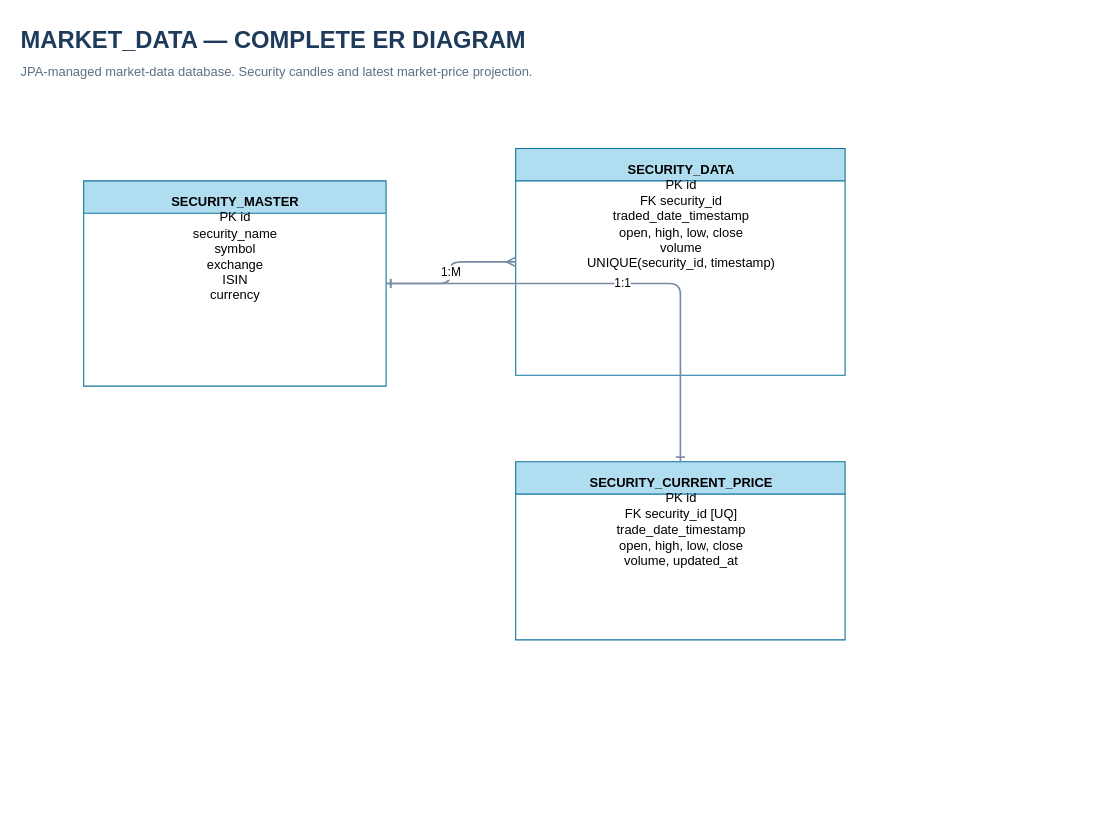
Sakshismenon22/security-lending keeps this draw.io diagram as page "market_data — Complete ER" (3 of 5) of SecurityLendingDocs/SecurityLendingDatabaseERDiagrams.drawio. Above is the earlier version. Source tidied: cells renumbered, new cells numbered last; positions are measured from the earlier drawing's top-left corner, leaving out a move shared by most shapes. Both pictures are drawn from the tidied source at 108%, with x=0, y=0 at pixel (18, 18).
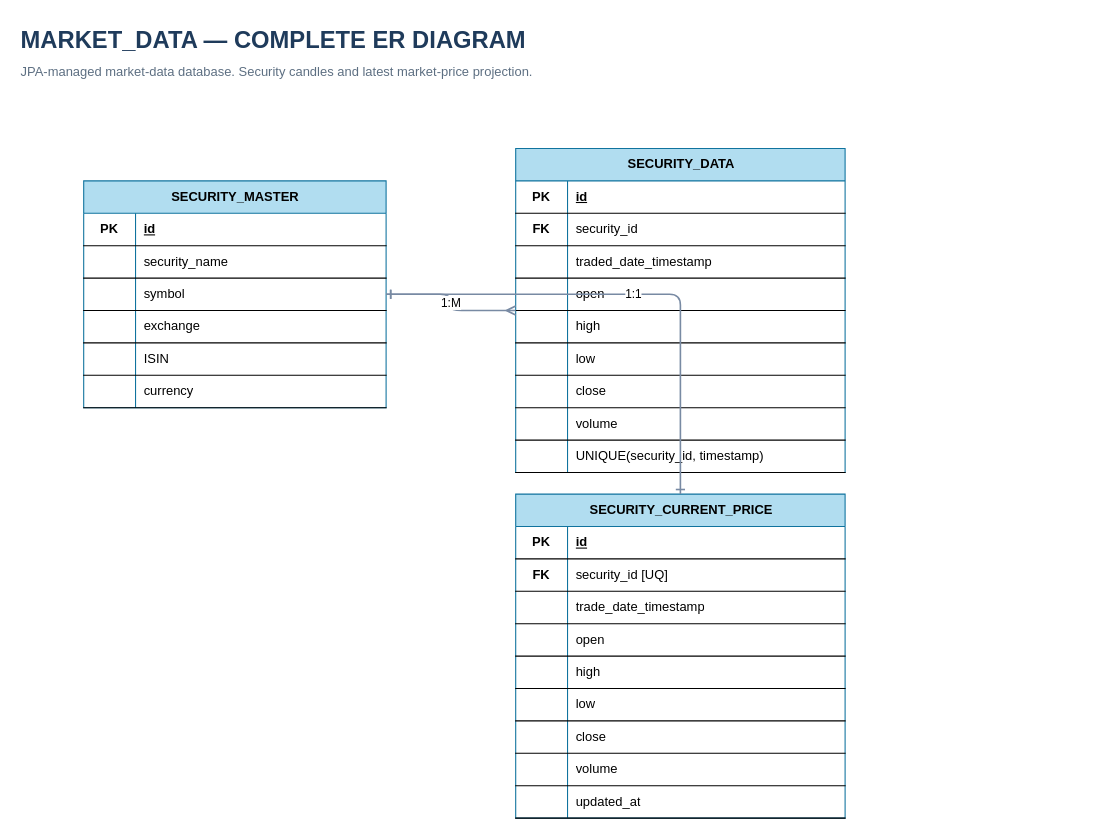
After the change.

Diff of the diagram source:
```diff
@@
-    <mxCell id="4" value="&lt;b&gt;SECURITY_MASTER&lt;/b&gt;&lt;br/&gt;PK id&lt;br/&gt;security_name&lt;br/&gt;symbol&lt;br/&gt;exchange&lt;br/&gt;ISIN&lt;br/&gt;currency" style="shape=table;startSize=30;html=1;fillColor=#b1ddf0;strokeColor=#10739e;align=center;verticalAlign=top;spacingTop=6;fontSize=12;" parent="1" vertex="1">
-      <mxGeometry x="60" y="150" width="280" height="190" as="geometry" />
+    <mxCell id="4" value="SECURITY_MASTER" style="shape=table;startSize=30;childLayout=tableLayout;rowLines=0;fontStyle=1;align=center;html=1;fillColor=#b1ddf0;strokeColor=#10739e;bottom=1;" parent="1" vertex="1">
+      <mxGeometry x="60" y="150" width="280" height="210" as="geometry" />
     </mxCell>
-    <mxCell id="5" value="&lt;b&gt;SECURITY_DATA&lt;/b&gt;&lt;br/&gt;PK id&lt;br/&gt;FK security_id&lt;br/&gt;traded_date_timestamp&lt;br/&gt;open, high, low, close&lt;br/&gt;volume&lt;br/&gt;UNIQUE(security_id, timestamp)" style="shape=table;startSize=30;html=1;fillColor=#b1ddf0;strokeColor=#10739e;align=center;verticalAlign=top;spacingTop=6;fontSize=12;" parent="1" vertex="1">
-      <mxGeometry x="460" y="120" width="305" height="210" as="geometry" />
+    <mxCell id="5" value="SECURITY_DATA" style="shape=table;startSize=30;childLayout=tableLayout;rowLines=0;fontStyle=1;align=center;html=1;fillColor=#b1ddf0;strokeColor=#10739e;bottom=1;" parent="1" vertex="1">
+      <mxGeometry x="460" y="120" width="305" height="300" as="geometry" />
     </mxCell>
-    <mxCell id="6" value="&lt;b&gt;SECURITY_CURRENT_PRICE&lt;/b&gt;&lt;br/&gt;PK id&lt;br/&gt;FK security_id [UQ]&lt;br/&gt;trade_date_timestamp&lt;br/&gt;open, high, low, close&lt;br/&gt;volume, updated_at" style="shape=table;startSize=30;html=1;fillColor=#b1ddf0;strokeColor=#10739e;align=center;verticalAlign=top;spacingTop=6;fontSize=12;" parent="1" vertex="1">
-      <mxGeometry x="460" y="410" width="305" height="165" as="geometry" />
+    <mxCell id="6" value="SECURITY_CURRENT_PRICE" style="shape=table;startSize=30;childLayout=tableLayout;rowLines=0;fontStyle=1;align=center;html=1;fillColor=#b1ddf0;strokeColor=#10739e;bottom=1;" parent="1" vertex="1">
+      <mxGeometry x="460" y="440" width="305" height="300" as="geometry" />
     </mxCell>
@@
+    <mxCell id="9" style="shape=tableRow;horizontal=0;startSize=0;swimlaneHead=0;swimlaneBody=0;fillColor=none;top=0;left=0;right=0;bottom=1;" parent="5" vertex="1">
+      <mxGeometry y="30" width="305" height="30" as="geometry" />
+    </mxCell>
+    <mxCell id="10" value="PK" style="shape=partialRectangle;fillColor=none;top=0;left=0;bottom=0;right=0;fontStyle=1;overflow=hidden;whiteSpace=wrap;html=1;" parent="9" vertex="1">
+      <mxGeometry width="48" height="30" as="geometry" />
+    </mxCell>
+    <mxCell id="11" value="id" style="shape=partialRectangle;fillColor=none;top=0;left=0;bottom=0;right=0;align=left;spacingLeft=6;fontStyle=5;overflow=hidden;whiteSpace=wrap;html=1;" parent="9" vertex="1">
+      <mxGeometry x="48" width="257" height="30" as="geometry" />
+    </mxCell>
+    <mxCell id="12" style="shape=tableRow;horizontal=0;startSize=0;swimlaneHead=0;swimlaneBody=0;fillColor=none;top=0;left=0;right=0;bottom=1;" parent="5" vertex="1">
+      <mxGeometry y="60" width="305" height="30" as="geometry" />
+    </mxCell>
+    <mxCell id="13" value="FK" style="shape=partialRectangle;fillColor=none;top=0;left=0;bottom=0;right=0;fontStyle=1;overflow=hidden;whiteSpace=wrap;html=1;" parent="12" vertex="1">
+      <mxGeometry width="48" height="30" as="geometry" />
+    </mxCell>
+    <mxCell id="14" value="security_id" style="shape=partialRectangle;fillColor=none;top=0;left=0;bottom=0;right=0;align=left;spacingLeft=6;overflow=hidden;whiteSpace=wrap;html=1;" parent="12" vertex="1">
+      <mxGeometry x="48" width="257" height="30" as="geometry" />
+    </mxCell>
+    <mxCell id="15" style="shape=tableRow;horizontal=0;startSize=0;swimlaneHead=0;swimlaneBody=0;fillColor=none;top=0;left=0;right=0;bottom=1;" parent="5" vertex="1">
+      <mxGeometry y="90" width="305" height="30" as="geometry" />
+    </mxCell>
+    <mxCell id="16" style="shape=partialRectangle;fillColor=none;top=0;left=0;bottom=0;right=0;overflow=hidden;whiteSpace=wrap;html=1;" parent="15" vertex="1">
+      <mxGeometry width="48" height="30" as="geometry" />
+    </mxCell>
+    <mxCell id="17" value="traded_date_timestamp" style="shape=partialRectangle;fillColor=none;top=0;left=0;bottom=0;right=0;align=left;spacingLeft=6;overflow=hidden;whiteSpace=wrap;html=1;" parent="15" vertex="1">
+      <mxGeometry x="48" width="257" height="30" as="geometry" />
+    </mxCell>
+    <mxCell id="18" style="shape=tableRow;horizontal=0;startSize=0;swimlaneHead=0;swimlaneBody=0;fillColor=none;top=0;left=0;right=0;bottom=1;" parent="5" vertex="1">
+      <mxGeometry y="120" width="305" height="30" as="geometry" />
+    </mxCell>
+    <mxCell id="19" style="shape=partialRectangle;fillColor=none;top=0;left=0;bottom=0;right=0;overflow=hidden;whiteSpace=wrap;html=1;" parent="18" vertex="1">
+      <mxGeometry width="48" height="30" as="geometry" />
+    </mxCell>
+    <mxCell id="20" value="open" style="shape=partialRectangle;fillColor=none;top=0;left=0;bottom=0;right=0;align=left;spacingLeft=6;overflow=hidden;whiteSpace=wrap;html=1;" parent="18" vertex="1">
+      <mxGeometry x="48" width="257" height="30" as="geometry" />
+    </mxCell>
+    <mxCell id="21" style="shape=tableRow;horizontal=0;startSize=0;swimlaneHead=0;swimlaneBody=0;fillColor=none;top=0;left=0;right=0;bottom=1;" parent="5" vertex="1">
+      <mxGeometry y="150" width="305" height="30" as="geometry" />
+    </mxCell>
+    <mxCell id="22" style="shape=partialRectangle;fillColor=none;top=0;left=0;bottom=0;right=0;overflow=hidden;whiteSpace=wrap;html=1;" parent="21" vertex="1">
+      <mxGeometry width="48" height="30" as="geometry" />
+    </mxCell>
+    <mxCell id="23" value="high" style="shape=partialRectangle;fillColor=none;top=0;left=0;bottom=0;right=0;align=left;spacingLeft=6;overflow=hidden;whiteSpace=wrap;html=1;" parent="21" vertex="1">
+      <mxGeometry x="48" width="257" height="30" as="geometry" />
+    </mxCell>
+    <mxCell id="24" style="shape=tableRow;horizontal=0;startSize=0;swimlaneHead=0;swimlaneBody=0;fillColor=none;top=0;left=0;right=0;bottom=1;" parent="5" vertex="1">
+      <mxGeometry y="180" width="305" height="30" as="geometry" />
+    </mxCell>
+    <mxCell id="25" style="shape=partialRectangle;fillColor=none;top=0;left=0;bottom=0;right=0;overflow=hidden;whiteSpace=wrap;html=1;" parent="24" vertex="1">
+      <mxGeometry width="48" height="30" as="geometry" />
+    </mxCell>
+    <mxCell id="26" value="low" style="shape=partialRectangle;fillColor=none;top=0;left=0;bottom=0;right=0;align=left;spacingLeft=6;overflow=hidden;whiteSpace=wrap;html=1;" parent="24" vertex="1">
+      <mxGeometry x="48" width="257" height="30" as="geometry" />
+    </mxCell>
+    <mxCell id="27" style="shape=tableRow;horizontal=0;startSize=0;swimlaneHead=0;swimlaneBody=0;fillColor=none;top=0;left=0;right=0;bottom=1;" parent="5" vertex="1">
+      <mxGeometry y="210" width="305" height="30" as="geometry" />
+    </mxCell>
+    <mxCell id="28" style="shape=partialRectangle;fillColor=none;top=0;left=0;bottom=0;right=0;overflow=hidden;whiteSpace=wrap;html=1;" parent="27" vertex="1">
+      <mxGeometry width="48" height="30" as="geometry" />
+    </mxCell>
+    <mxCell id="29" value="close" style="shape=partialRectangle;fillColor=none;top=0;left=0;bottom=0;right=0;align=left;spacingLeft=6;overflow=hidden;whiteSpace=wrap;html=1;" parent="27" vertex="1">
+      <mxGeometry x="48" width="257" height="30" as="geometry" />
+    </mxCell>
+    <mxCell id="30" style="shape=tableRow;horizontal=0;startSize=0;swimlaneHead=0;swimlaneBody=0;fillColor=none;top=0;left=0;right=0;bottom=1;" parent="5" vertex="1">
+      <mxGeometry y="240" width="305" height="30" as="geometry" />
+    </mxCell>
+    <mxCell id="31" style="shape=partialRectangle;fillColor=none;top=0;left=0;bottom=0;right=0;overflow=hidden;whiteSpace=wrap;html=1;" parent="30" vertex="1">
+      <mxGeometry width="48" height="30" as="geometry" />
+    </mxCell>
+    <mxCell id="32" value="volume" style="shape=partialRectangle;fillColor=none;top=0;left=0;bottom=0;right=0;align=left;spacingLeft=6;overflow=hidden;whiteSpace=wrap;html=1;" parent="30" vertex="1">
+      <mxGeometry x="48" width="257" height="30" as="geometry" />
+    </mxCell>
+    <mxCell id="33" style="shape=tableRow;horizontal=0;startSize=0;swimlaneHead=0;swimlaneBody=0;fillColor=none;top=0;left=0;right=0;bottom=1;" parent="5" vertex="1">
+      <mxGeometry y="270" width="305" height="30" as="geometry" />
+    </mxCell>
+    <mxCell id="34" style="shape=partialRectangle;fillColor=none;top=0;left=0;bottom=0;right=0;overflow=hidden;whiteSpace=wrap;html=1;" parent="33" vertex="1">
+      <mxGeometry width="48" height="30" as="geometry" />
+    </mxCell>
+    <mxCell id="35" value="UNIQUE(security_id, timestamp)" style="shape=partialRectangle;fillColor=none;top=0;left=0;bottom=0;right=0;align=left;spacingLeft=6;overflow=hidden;whiteSpace=wrap;html=1;" parent="33" vertex="1">
+      <mxGeometry x="48" width="257" height="30" as="geometry" />
+    </mxCell>
+    <mxCell id="36" style="shape=tableRow;horizontal=0;startSize=0;swimlaneHead=0;swimlaneBody=0;fillColor=none;top=0;left=0;right=0;bottom=1;" parent="4" vertex="1">
+      <mxGeometry y="30" width="280" height="30" as="geometry" />
+    </mxCell>
+    <mxCell id="37" value="PK" style="shape=partialRectangle;fillColor=none;top=0;left=0;bottom=0;right=0;fontStyle=1;overflow=hidden;whiteSpace=wrap;html=1;" parent="36" vertex="1">
+      <mxGeometry width="48" height="30" as="geometry" />
+    </mxCell>
+    <mxCell id="38" value="id" style="shape=partialRectangle;fillColor=none;top=0;left=0;bottom=0;right=0;align=left;spacingLeft=6;fontStyle=5;overflow=hidden;whiteSpace=wrap;html=1;" parent="36" vertex="1">
+      <mxGeometry x="48" width="232" height="30" as="geometry" />
+    </mxCell>
+    <mxCell id="39" style="shape=tableRow;horizontal=0;startSize=0;swimlaneHead=0;swimlaneBody=0;fillColor=none;top=0;left=0;right=0;bottom=1;" parent="4" vertex="1">
+      <mxGeometry y="60" width="280" height="30" as="geometry" />
+    </mxCell>
+    <mxCell id="40" style="shape=partialRectangle;fillColor=none;top=0;left=0;bottom=0;right=0;overflow=hidden;whiteSpace=wrap;html=1;" parent="39" vertex="1">
+      <mxGeometry width="48" height="30" as="geometry" />
+    </mxCell>
+    <mxCell id="41" value="security_name" style="shape=partialRectangle;fillColor=none;top=0;left=0;bottom=0;right=0;align=left;spacingLeft=6;overflow=hidden;whiteSpace=wrap;html=1;" parent="39" vertex="1">
+      <mxGeometry x="48" width="232" height="30" as="geometry" />
+    </mxCell>
+    <mxCell id="42" style="shape=tableRow;horizontal=0;startSize=0;swimlaneHead=0;swimlaneBody=0;fillColor=none;top=0;left=0;right=0;bottom=1;" parent="4" vertex="1">
+      <mxGeometry y="90" width="280" height="30" as="geometry" />
+    </mxCell>
+    <mxCell id="43" style="shape=partialRectangle;fillColor=none;top=0;left=0;bottom=0;right=0;overflow=hidden;whiteSpace=wrap;html=1;" parent="42" vertex="1">
+      <mxGeometry width="48" height="30" as="geometry" />
+    </mxCell>
+    <mxCell id="44" value="symbol" style="shape=partialRectangle;fillColor=none;top=0;left=0;bottom=0;right=0;align=left;spacingLeft=6;overflow=hidden;whiteSpace=wrap;html=1;" parent="42" vertex="1">
+      <mxGeometry x="48" width="232" height="30" as="geometry" />
+    </mxCell>
+    <mxCell id="45" style="shape=tableRow;horizontal=0;startSize=0;swimlaneHead=0;swimlaneBody=0;fillColor=none;top=0;left=0;right=0;bottom=1;" parent="4" vertex="1">
+      <mxGeometry y="120" width="280" height="30" as="geometry" />
+    </mxCell>
+    <mxCell id="46" style="shape=partialRectangle;fillColor=none;top=0;left=0;bottom=0;right=0;overflow=hidden;whiteSpace=wrap;html=1;" parent="45" vertex="1">
+      <mxGeometry width="48" height="30" as="geometry" />
+    </mxCell>
+    <mxCell id="47" value="exchange" style="shape=partialRectangle;fillColor=none;top=0;left=0;bottom=0;right=0;align=left;spacingLeft=6;overflow=hidden;whiteSpace=wrap;html=1;" parent="45" vertex="1">
+      <mxGeometry x="48" width="232" height="30" as="geometry" />
+    </mxCell>
+    <mxCell id="48" style="shape=tableRow;horizontal=0;startSize=0;swimlaneHead=0;swimlaneBody=0;fillColor=none;top=0;left=0;right=0;bottom=1;" parent="4" vertex="1">
+      <mxGeometry y="150" width="280" height="30" as="geometry" />
+    </mxCell>
+    <mxCell id="49" style="shape=partialRectangle;fillColor=none;top=0;left=0;bottom=0;right=0;overflow=hidden;whiteSpace=wrap;html=1;" parent="48" vertex="1">
+      <mxGeometry width="48" height="30" as="geometry" />
+    </mxCell>
+    <mxCell id="50" value="ISIN" style="shape=partialRectangle;fillColor=none;top=0;left=0;bottom=0;right=0;align=left;spacingLeft=6;overflow=hidden;whiteSpace=wrap;html=1;" parent="48" vertex="1">
+      <mxGeometry x="48" width="232" height="30" as="geometry" />
+    </mxCell>
+    <mxCell id="51" style="shape=tableRow;horizontal=0;startSize=0;swimlaneHead=0;swimlaneBody=0;fillColor=none;top=0;left=0;right=0;bottom=1;" parent="4" vertex="1">
+      <mxGeometry y="180" width="280" height="30" as="geometry" />
+    </mxCell>
+    <mxCell id="52" style="shape=partialRectangle;fillColor=none;top=0;left=0;bottom=0;right=0;overflow=hidden;whiteSpace=wrap;html=1;" parent="51" vertex="1">
+      <mxGeometry width="48" height="30" as="geometry" />
+    </mxCell>
+    <mxCell id="53" value="currency" style="shape=partialRectangle;fillColor=none;top=0;left=0;bottom=0;right=0;align=left;spacingLeft=6;overflow=hidden;whiteSpace=wrap;html=1;" parent="51" vertex="1">
+      <mxGeometry x="48" width="232" height="30" as="geometry" />
+    </mxCell>
+    <mxCell id="54" style="shape=tableRow;horizontal=0;startSize=0;swimlaneHead=0;swimlaneBody=0;fillColor=none;top=0;left=0;right=0;bottom=1;" parent="6" vertex="1">
+      <mxGeometry y="30" width="305" height="30" as="geometry" />
+    </mxCell>
+    <mxCell id="55" value="PK" style="shape=partialRectangle;fillColor=none;top=0;left=0;bottom=0;right=0;fontStyle=1;overflow=hidden;whiteSpace=wrap;html=1;" parent="54" vertex="1">
+      <mxGeometry width="48" height="30" as="geometry" />
+    </mxCell>
+    <mxCell id="56" value="id" style="shape=partialRectangle;fillColor=none;top=0;left=0;bottom=0;right=0;align=left;spacingLeft=6;fontStyle=5;overflow=hidden;whiteSpace=wrap;html=1;" parent="54" vertex="1">
+      <mxGeometry x="48" width="257" height="30" as="geometry" />
+    </mxCell>
+    <mxCell id="57" style="shape=tableRow;horizontal=0;startSize=0;swimlaneHead=0;swimlaneBody=0;fillColor=none;top=0;left=0;right=0;bottom=1;" parent="6" vertex="1">
+      <mxGeometry y="60" width="305" height="30" as="geometry" />
+    </mxCell>
+    <mxCell id="58" value="FK" style="shape=partialRectangle;fillColor=none;top=0;left=0;bottom=0;right=0;fontStyle=1;overflow=hidden;whiteSpace=wrap;html=1;" parent="57" vertex="1">
+      <mxGeometry width="48" height="30" as="geometry" />
+    </mxCell>
+    <mxCell id="59" value="security_id [UQ]" style="shape=partialRectangle;fillColor=none;top=0;left=0;bottom=0;right=0;align=left;spacingLeft=6;overflow=hidden;whiteSpace=wrap;html=1;" parent="57" vertex="1">
+      <mxGeometry x="48" width="257" height="30" as="geometry" />
+    </mxCell>
+    <mxCell id="60" style="shape=tableRow;horizontal=0;startSize=0;swimlaneHead=0;swimlaneBody=0;fillColor=none;top=0;left=0;right=0;bottom=1;" parent="6" vertex="1">
+      <mxGeometry y="90" width="305" height="30" as="geometry" />
+    </mxCell>
+    <mxCell id="61" style="shape=partialRectangle;fillColor=none;top=0;left=0;bottom=0;right=0;overflow=hidden;whiteSpace=wrap;html=1;" parent="60" vertex="1">
+      <mxGeometry width="48" height="30" as="geometry" />
+    </mxCell>
+    <mxCell id="62" value="trade_date_timestamp" style="shape=partialRectangle;fillColor=none;top=0;left=0;bottom=0;right=0;align=left;spacingLeft=6;overflow=hidden;whiteSpace=wrap;html=1;" parent="60" vertex="1">
+      <mxGeometry x="48" width="257" height="30" as="geometry" />
+    </mxCell>
+    <mxCell id="63" style="shape=tableRow;horizontal=0;startSize=0;swimlaneHead=0;swimlaneBody=0;fillColor=none;top=0;left=0;right=0;bottom=1;" parent="6" vertex="1">
+      <mxGeometry y="120" width="305" height="30" as="geometry" />
+    </mxCell>
+    <mxCell id="64" style="shape=partialRectangle;fillColor=none;top=0;left=0;bottom=0;right=0;overflow=hidden;whiteSpace=wrap;html=1;" parent="63" vertex="1">
+      <mxGeometry width="48" height="30" as="geometry" />
+    </mxCell>
+    <mxCell id="65" value="open" style="shape=partialRectangle;fillColor=none;top=0;left=0;bottom=0;right=0;align=left;spacingLeft=6;overflow=hidden;whiteSpace=wrap;html=1;" parent="63" vertex="1">
+      <mxGeometry x="48" width="257" height="30" as="geometry" />
+    </mxCell>
+    <mxCell id="66" style="shape=tableRow;horizontal=0;startSize=0;swimlaneHead=0;swimlaneBody=0;fillColor=none;top=0;left=0;right=0;bottom=1;" parent="6" vertex="1">
+      <mxGeometry y="150" width="305" height="30" as="geometry" />
+    </mxCell>
+    <mxCell id="67" style="shape=partialRectangle;fillColor=none;top=0;left=0;bottom=0;right=0;overflow=hidden;whiteSpace=wrap;html=1;" parent="66" vertex="1">
+      <mxGeometry width="48" height="30" as="geometry" />
+    </mxCell>
+    <mxCell id="68" value="high" style="shape=partialRectangle;fillColor=none;top=0;left=0;bottom=0;right=0;align=left;spacingLeft=6;overflow=hidden;whiteSpace=wrap;html=1;" parent="66" vertex="1">
+      <mxGeometry x="48" width="257" height="30" as="geometry" />
+    </mxCell>
+    <mxCell id="69" style="shape=tableRow;horizontal=0;startSize=0;swimlaneHead=0;swimlaneBody=0;fillColor=none;top=0;left=0;right=0;bottom=1;" parent="6" vertex="1">
+      <mxGeometry y="180" width="305" height="30" as="geometry" />
+    </mxCell>
+    <mxCell id="70" style="shape=partialRectangle;fillColor=none;top=0;left=0;bottom=0;right=0;overflow=hidden;whiteSpace=wrap;html=1;" parent="69" vertex="1">
+      <mxGeometry width="48" height="30" as="geometry" />
+    </mxCell>
+    <mxCell id="71" value="low" style="shape=partialRectangle;fillColor=none;top=0;left=0;bottom=0;right=0;align=left;spacingLeft=6;overflow=hidden;whiteSpace=wrap;html=1;" parent="69" vertex="1">
+      <mxGeometry x="48" width="257" height="30" as="geometry" />
+    </mxCell>
+    <mxCell id="72" style="shape=tableRow;horizontal=0;startSize=0;swimlaneHead=0;swimlaneBody=0;fillColor=none;top=0;left=0;right=0;bottom=1;" parent="6" vertex="1">
+      <mxGeometry y="210" width="305" height="30" as="geometry" />
+    </mxCell>
+    <mxCell id="73" style="shape=partialRectangle;fillColor=none;top=0;left=0;bottom=0;right=0;overflow=hidden;whiteSpace=wrap;html=1;" parent="72" vertex="1">
+      <mxGeometry width="48" height="30" as="geometry" />
+    </mxCell>
+    <mxCell id="74" value="close" style="shape=partialRectangle;fillColor=none;top=0;left=0;bottom=0;right=0;align=left;spacingLeft=6;overflow=hidden;whiteSpace=wrap;html=1;" parent="72" vertex="1">
+      <mxGeometry x="48" width="257" height="30" as="geometry" />
+    </mxCell>
+    <mxCell id="75" style="shape=tableRow;horizontal=0;startSize=0;swimlaneHead=0;swimlaneBody=0;fillColor=none;top=0;left=0;right=0;bottom=1;" parent="6" vertex="1">
+      <mxGeometry y="240" width="305" height="30" as="geometry" />
+    </mxCell>
+    <mxCell id="76" style="shape=partialRectangle;fillColor=none;top=0;left=0;bottom=0;right=0;overflow=hidden;whiteSpace=wrap;html=1;" parent="75" vertex="1">
+      <mxGeometry width="48" height="30" as="geometry" />
+    </mxCell>
+    <mxCell id="77" value="volume" style="shape=partialRectangle;fillColor=none;top=0;left=0;bottom=0;right=0;align=left;spacingLeft=6;overflow=hidden;whiteSpace=wrap;html=1;" parent="75" vertex="1">
+      <mxGeometry x="48" width="257" height="30" as="geometry" />
+    </mxCell>
+    <mxCell id="78" style="shape=tableRow;horizontal=0;startSize=0;swimlaneHead=0;swimlaneBody=0;fillColor=none;top=0;left=0;right=0;bottom=1;" parent="6" vertex="1">
+      <mxGeometry y="270" width="305" height="30" as="geometry" />
+    </mxCell>
+    <mxCell id="79" style="shape=partialRectangle;fillColor=none;top=0;left=0;bottom=0;right=0;overflow=hidden;whiteSpace=wrap;html=1;" parent="78" vertex="1">
+      <mxGeometry width="48" height="30" as="geometry" />
+    </mxCell>
+    <mxCell id="80" value="updated_at" style="shape=partialRectangle;fillColor=none;top=0;left=0;bottom=0;right=0;align=left;spacingLeft=6;overflow=hidden;whiteSpace=wrap;html=1;" parent="78" vertex="1">
+      <mxGeometry x="48" width="257" height="30" as="geometry" />
+    </mxCell>
```
